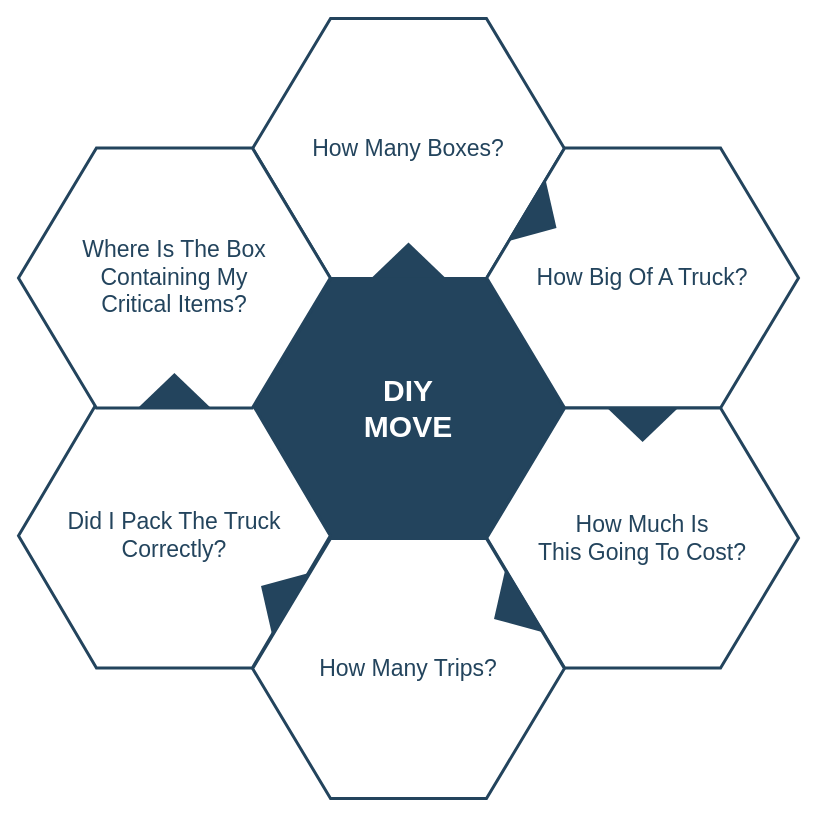
The draw.io diagram page "Problem" (2 of 2) of Documents/Problem_Solution_Characteristics.drawio in LP-76/load.in, before the edit. Source tidied: cells renumbered, new cells numbered last; positions are measured from the earlier drawing's top-left corner, leaving out a move shared by most shapes. Both pictures are drawn from the tidied source at 100%, with x=0, y=0 at pixel (18, 18).
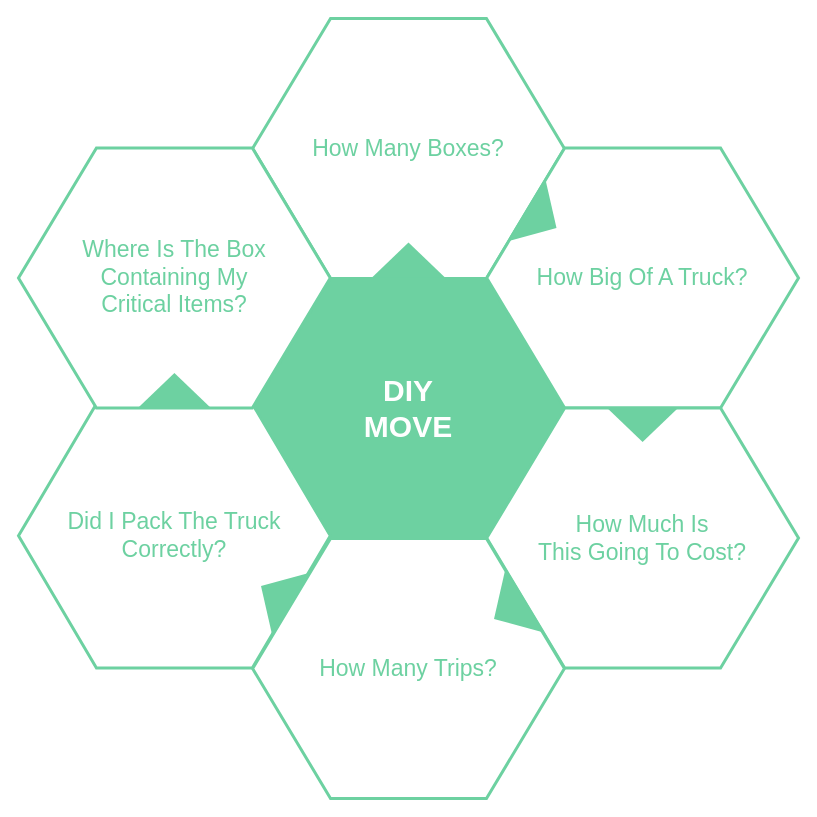
After the change.

Change to the diagram source:
```diff
@@
 <mxGraphModel>
   <root>
     <mxCell id="0" />
     <mxCell id="1" parent="0" />
-    <mxCell id="2" value="&lt;font color=&quot;#ffffff&quot;&gt;&lt;span style=&quot;font-size: 30px&quot;&gt;&lt;b&gt;DIY&lt;br&gt;MOVE&lt;br&gt;&lt;/b&gt;&lt;/span&gt;&lt;/font&gt;" style="shape=hexagon;perimeter=hexagonPerimeter2;whiteSpace=wrap;html=1;shadow=0;labelBackgroundColor=none;strokeColor=#23445D;fillColor=#23445D;gradientColor=none;fontFamily=Helvetica;fontSize=23;fontColor=#23445d;align=center;strokeWidth=3;" parent="1" vertex="1">
+    <mxCell id="2" value="&lt;font color=&quot;#ffffff&quot;&gt;&lt;span style=&quot;font-size: 30px&quot;&gt;&lt;b&gt;DIY&lt;br&gt;MOVE&lt;br&gt;&lt;/b&gt;&lt;/span&gt;&lt;/font&gt;" style="shape=hexagon;perimeter=hexagonPerimeter2;whiteSpace=wrap;html=1;shadow=0;labelBackgroundColor=none;gradientColor=none;fontFamily=Helvetica;fontSize=23;fontColor=#23445d;align=center;strokeWidth=3;fillColor=#6DD1A1;strokeColor=#6DD1A1;" parent="1" vertex="1">
       <mxGeometry x="234.1" y="260.1" width="311.8" height="259.9" as="geometry" />
     </mxCell>
     <mxCell id="3" style="triangle;whiteSpace=wrap;html=1;shadow=0;labelBackgroundColor=none;strokeColor=none;fillColor=#FFFFFF;fontFamily=Helvetica;fontSize=17;fontColor=#23445d;align=center;rotation=90;gradientColor=none;flipV=1;flipH=1;opacity=20;" parent="1" vertex="1">
       <mxGeometry x="115" y="278" width="72" height="152" as="geometry" />
     </mxCell>
-    <mxCell id="4" value="How Many Boxes?" style="shape=hexagon;perimeter=hexagonPerimeter2;whiteSpace=wrap;html=1;shadow=0;labelBackgroundColor=none;strokeColor=#23445D;fillColor=#ffffff;gradientColor=none;fontFamily=Helvetica;fontSize=23;fontColor=#23445D;align=center;strokeWidth=3;" parent="1" vertex="1">
+    <mxCell id="4" value="How Many Boxes?" style="shape=hexagon;perimeter=hexagonPerimeter2;whiteSpace=wrap;html=1;shadow=0;labelBackgroundColor=none;fillColor=#ffffff;gradientColor=none;fontFamily=Helvetica;fontSize=23;align=center;strokeWidth=3;fontColor=#6DD1A1;strokeColor=#6DD1A1;" parent="1" vertex="1">
       <mxGeometry x="234.1" width="311.8" height="259.9" as="geometry" />
     </mxCell>
-    <mxCell id="5" value="&lt;font style=&quot;font-size: 23px&quot;&gt;How Big Of A Truck?&lt;/font&gt;" style="shape=hexagon;perimeter=hexagonPerimeter2;whiteSpace=wrap;html=1;shadow=0;labelBackgroundColor=none;strokeColor=#23445D;fillColor=#FFFFFF;gradientColor=none;fontFamily=Helvetica;fontSize=23;fontColor=#23445d;align=center;strokeWidth=3;" parent="1" vertex="1">
+    <mxCell id="5" value="&lt;font style=&quot;font-size: 23px&quot;&gt;How Big Of A Truck?&lt;/font&gt;" style="shape=hexagon;perimeter=hexagonPerimeter2;whiteSpace=wrap;html=1;shadow=0;labelBackgroundColor=none;fillColor=#FFFFFF;gradientColor=none;fontFamily=Helvetica;fontSize=23;align=center;strokeWidth=3;fontColor=#6DD1A1;strokeColor=#6DD1A1;" parent="1" vertex="1">
       <mxGeometry x="468.2" y="129.5" width="311.8" height="259.9" as="geometry" />
     </mxCell>
-    <mxCell id="6" value="&lt;font style=&quot;font-size: 23px&quot;&gt;How Much Is &lt;br&gt;This Going To Cost?&lt;/font&gt;" style="shape=hexagon;perimeter=hexagonPerimeter2;whiteSpace=wrap;html=1;shadow=0;labelBackgroundColor=none;strokeColor=#23445D;fillColor=#FFFFFF;gradientColor=none;fontFamily=Helvetica;fontSize=23;fontColor=#23445d;align=center;strokeWidth=3;" parent="1" vertex="1">
+    <mxCell id="6" value="&lt;font style=&quot;font-size: 23px&quot;&gt;How Much Is &lt;br&gt;This Going To Cost?&lt;/font&gt;" style="shape=hexagon;perimeter=hexagonPerimeter2;whiteSpace=wrap;html=1;shadow=0;labelBackgroundColor=none;fillColor=#FFFFFF;gradientColor=none;fontFamily=Helvetica;fontSize=23;align=center;strokeWidth=3;fontColor=#6DD1A1;strokeColor=#6DD1A1;" parent="1" vertex="1">
       <mxGeometry x="468.2" y="389.6" width="311.8" height="259.9" as="geometry" />
     </mxCell>
-    <mxCell id="7" value="How Many Trips?" style="shape=hexagon;perimeter=hexagonPerimeter2;whiteSpace=wrap;html=1;shadow=0;labelBackgroundColor=none;strokeColor=#23445D;fillColor=#FFFFFF;gradientColor=none;fontFamily=Helvetica;fontSize=23;fontColor=#23445d;align=center;strokeWidth=3;" parent="1" vertex="1">
+    <mxCell id="7" value="How Many Trips?" style="shape=hexagon;perimeter=hexagonPerimeter2;whiteSpace=wrap;html=1;shadow=0;labelBackgroundColor=none;fillColor=#FFFFFF;gradientColor=none;fontFamily=Helvetica;fontSize=23;align=center;strokeWidth=3;fontColor=#6DD1A1;strokeColor=#6DD1A1;" parent="1" vertex="1">
       <mxGeometry x="234.1" y="520.1" width="311.8" height="259.9" as="geometry" />
     </mxCell>
-    <mxCell id="8" value="&lt;font style=&quot;font-size: 23px&quot;&gt;Did I Pack The Truck Correctly?&lt;br&gt;&lt;/font&gt;" style="shape=hexagon;perimeter=hexagonPerimeter2;whiteSpace=wrap;html=1;shadow=0;labelBackgroundColor=none;strokeColor=#23445D;fillColor=#FFFFFF;gradientColor=none;fontFamily=Helvetica;fontSize=23;fontColor=#23445d;align=center;strokeWidth=3;" parent="1" vertex="1">
+    <mxCell id="8" value="&lt;font style=&quot;font-size: 23px&quot;&gt;Did I Pack The Truck Correctly?&lt;br&gt;&lt;/font&gt;" style="shape=hexagon;perimeter=hexagonPerimeter2;whiteSpace=wrap;html=1;shadow=0;labelBackgroundColor=none;fillColor=#FFFFFF;gradientColor=none;fontFamily=Helvetica;fontSize=23;align=center;strokeWidth=3;fontColor=#6DD1A1;strokeColor=#6DD1A1;" parent="1" vertex="1">
       <mxGeometry y="385.3" width="311.8" height="264.1" as="geometry" />
     </mxCell>
-    <mxCell id="9" value="&lt;font style=&quot;font-size: 23px&quot;&gt;Where Is The Box&lt;br&gt;&amp;nbsp;Containing My&amp;nbsp;&lt;br&gt;Critical Items?&lt;br&gt;&lt;/font&gt;" style="shape=hexagon;perimeter=hexagonPerimeter2;whiteSpace=wrap;html=1;shadow=0;labelBackgroundColor=none;strokeColor=#23445D;fillColor=#ffffff;gradientColor=none;fontFamily=Helvetica;fontSize=23;fontColor=#23445D;align=center;strokeWidth=3;" parent="1" vertex="1">
+    <mxCell id="9" value="&lt;font style=&quot;font-size: 23px&quot;&gt;Where Is The Box&lt;br&gt;&amp;nbsp;Containing My&amp;nbsp;&lt;br&gt;Critical Items?&lt;br&gt;&lt;/font&gt;" style="shape=hexagon;perimeter=hexagonPerimeter2;whiteSpace=wrap;html=1;shadow=0;labelBackgroundColor=none;fillColor=#ffffff;gradientColor=none;fontFamily=Helvetica;fontSize=23;align=center;strokeWidth=3;fontColor=#6DD1A1;strokeColor=#6DD1A1;" parent="1" vertex="1">
       <mxGeometry y="129.5" width="311.8" height="259.9" as="geometry" />
     </mxCell>
-    <mxCell id="10" style="triangle;whiteSpace=wrap;html=1;shadow=0;labelBackgroundColor=none;strokeColor=none;fillColor=#23445D;fontFamily=Helvetica;fontSize=17;fontColor=#23445d;align=center;rotation=31;gradientColor=none;strokeWidth=3;" parent="1" vertex="1">
+    <mxCell id="10" style="triangle;whiteSpace=wrap;html=1;shadow=0;labelBackgroundColor=none;strokeColor=none;fontFamily=Helvetica;fontSize=17;fontColor=#23445d;align=center;rotation=31;gradientColor=none;strokeWidth=3;fillColor=#6DD1A1;" parent="1" vertex="1">
       <mxGeometry x="505.5" y="164" width="35" height="73" as="geometry" />
     </mxCell>
-    <mxCell id="11" style="triangle;whiteSpace=wrap;html=1;shadow=0;labelBackgroundColor=none;strokeColor=none;fillColor=#23445D;fontFamily=Helvetica;fontSize=17;fontColor=#23445d;align=center;rotation=31;gradientColor=none;flipH=1;strokeWidth=3;" parent="1" vertex="1">
+    <mxCell id="11" style="triangle;whiteSpace=wrap;html=1;shadow=0;labelBackgroundColor=none;strokeColor=none;fontFamily=Helvetica;fontSize=17;fontColor=#23445d;align=center;rotation=31;gradientColor=none;flipH=1;strokeWidth=3;fillColor=#6DD1A1;" parent="1" vertex="1">
       <mxGeometry x="240" y="540" width="35" height="73" as="geometry" />
     </mxCell>
-    <mxCell id="12" style="triangle;whiteSpace=wrap;html=1;shadow=0;labelBackgroundColor=none;strokeColor=none;fillColor=#23445D;fontFamily=Helvetica;fontSize=17;fontColor=#23445d;align=center;rotation=-90;gradientColor=none;strokeWidth=3;" parent="1" vertex="1">
+    <mxCell id="12" style="triangle;whiteSpace=wrap;html=1;shadow=0;labelBackgroundColor=none;strokeColor=none;fontFamily=Helvetica;fontSize=17;fontColor=#23445d;align=center;rotation=-90;gradientColor=none;strokeWidth=3;fillColor=#6DD1A1;" parent="1" vertex="1">
       <mxGeometry x="372.5" y="205" width="35" height="73" as="geometry" />
     </mxCell>
-    <mxCell id="13" style="triangle;whiteSpace=wrap;html=1;shadow=0;labelBackgroundColor=none;strokeColor=none;fillColor=#23445D;fontFamily=Helvetica;fontSize=17;fontColor=#23445d;align=center;rotation=329;gradientColor=none;flipH=1;strokeWidth=3;" parent="1" vertex="1">
+    <mxCell id="13" style="triangle;whiteSpace=wrap;html=1;shadow=0;labelBackgroundColor=none;strokeColor=none;fontFamily=Helvetica;fontSize=17;fontColor=#23445d;align=center;rotation=329;gradientColor=none;flipH=1;strokeWidth=3;fillColor=#6DD1A1;" parent="1" vertex="1">
       <mxGeometry x="473" y="555" width="35" height="73" as="geometry" />
     </mxCell>
-    <mxCell id="14" style="triangle;whiteSpace=wrap;html=1;shadow=0;labelBackgroundColor=none;strokeColor=none;fillColor=#23445D;fontFamily=Helvetica;fontSize=17;fontColor=#23445d;align=center;rotation=90;gradientColor=none;strokeWidth=3;" parent="1" vertex="1">
+    <mxCell id="14" style="triangle;whiteSpace=wrap;html=1;shadow=0;labelBackgroundColor=none;strokeColor=none;fontFamily=Helvetica;fontSize=17;fontColor=#23445d;align=center;rotation=90;gradientColor=none;strokeWidth=3;fillColor=#6DD1A1;" parent="1" vertex="1">
       <mxGeometry x="606.6" y="369.5" width="35" height="73" as="geometry" />
     </mxCell>
-    <mxCell id="15" style="triangle;whiteSpace=wrap;html=1;shadow=0;labelBackgroundColor=none;strokeColor=none;fillColor=#23445D;fontFamily=Helvetica;fontSize=17;fontColor=#23445d;align=center;rotation=90;gradientColor=none;flipH=1;strokeWidth=3;" parent="1" vertex="1">
+    <mxCell id="15" style="triangle;whiteSpace=wrap;html=1;shadow=0;labelBackgroundColor=none;strokeColor=none;fontFamily=Helvetica;fontSize=17;fontColor=#23445d;align=center;rotation=90;gradientColor=none;flipH=1;strokeWidth=3;fillColor=#6DD1A1;" parent="1" vertex="1">
       <mxGeometry x="138.4" y="335.5" width="35" height="73" as="geometry" />
     </mxCell>
   </root>
 </mxGraphModel>
```
